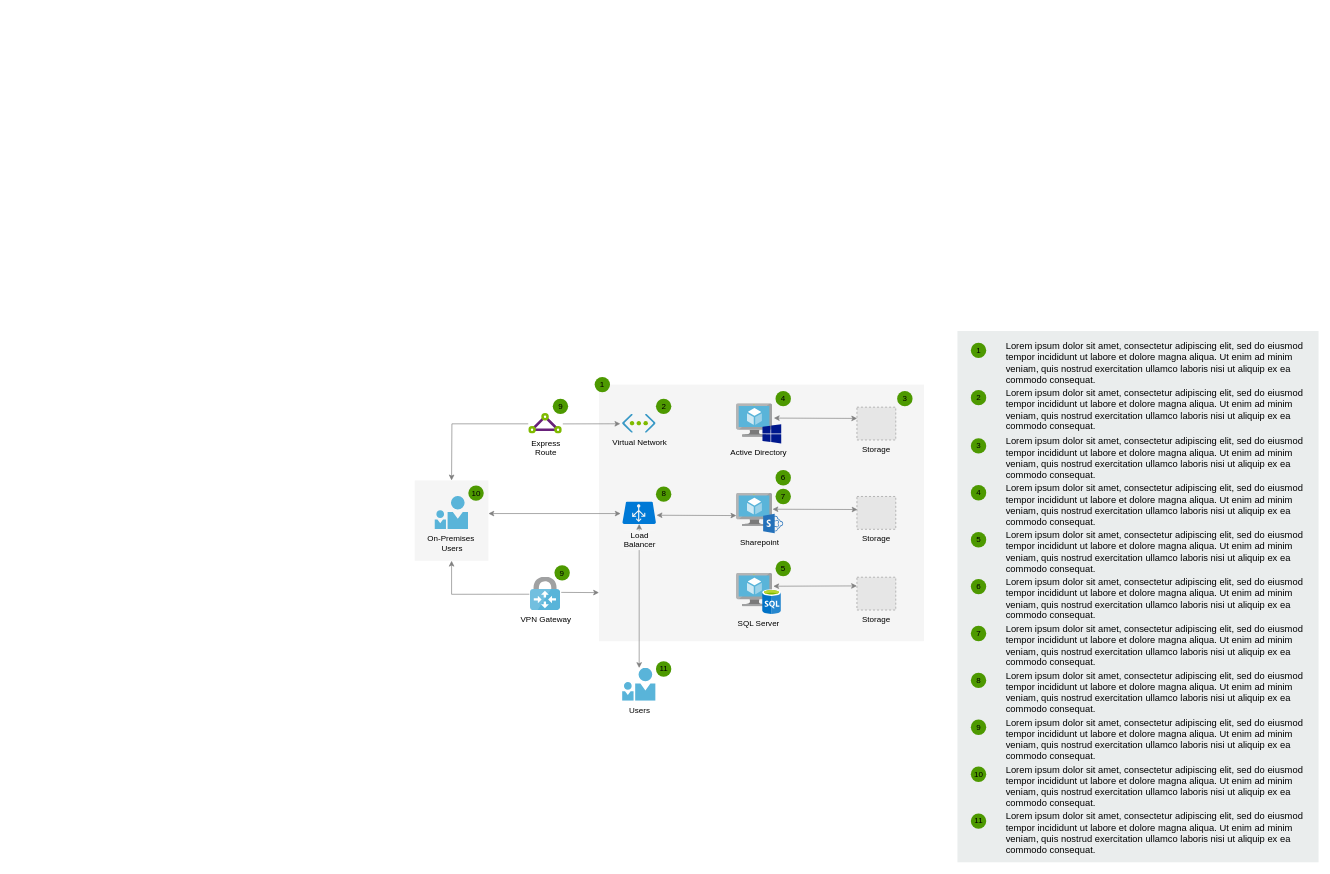
Before: Diagrama sin título.drawio in d34ckgler/curriculo-luisa, a draw.io diagram. Source tidied: cells renumbered, new cells numbered last; positions are measured from the earlier drawing's top-left corner, leaving out a move shared by most shapes. Both pictures are drawn from the tidied source at 67%, with x=0, y=0 at pixel (415, 330). Pictures stored in the file or linked from it are replaced by grey dashed boxes.
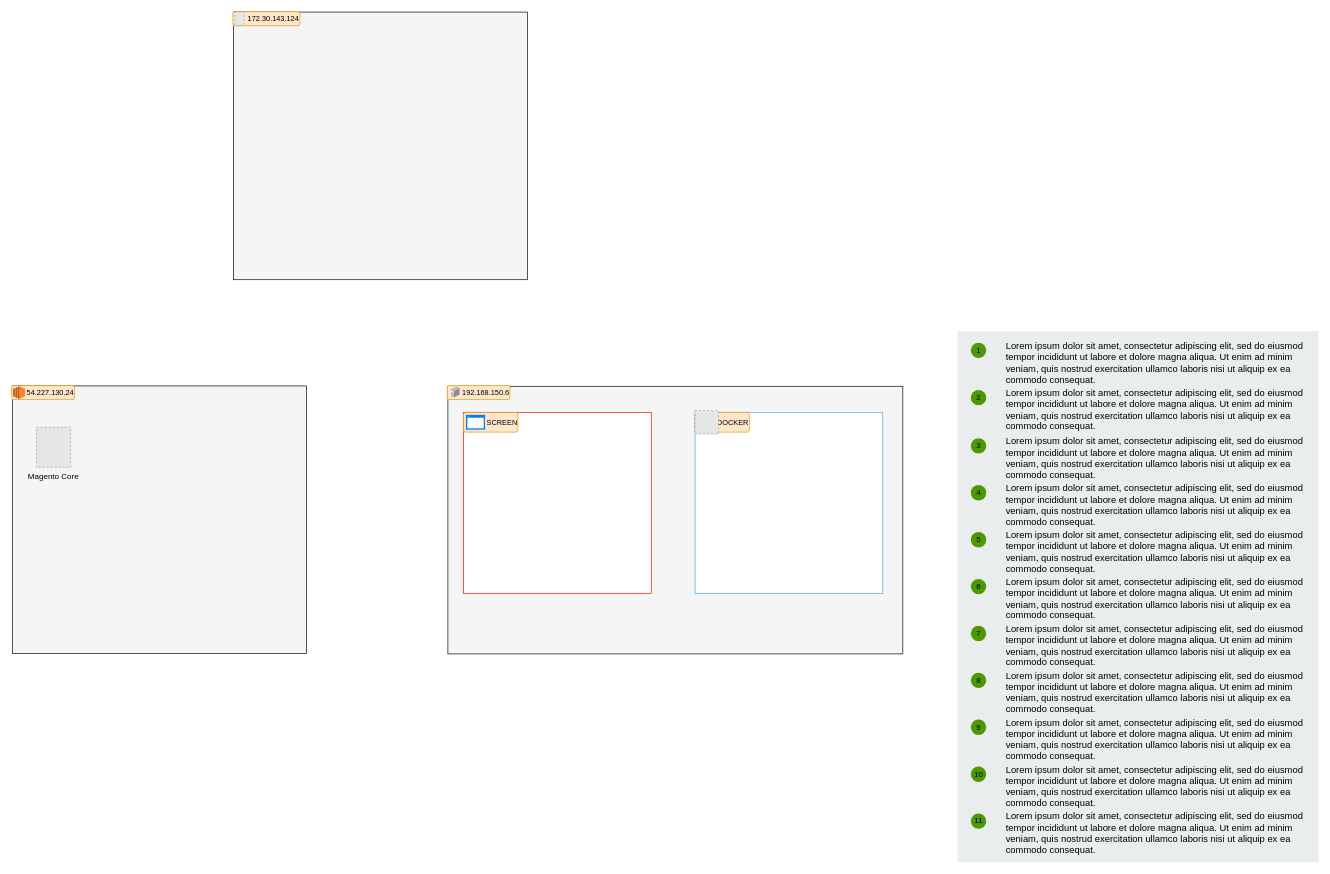
After the change.

Change to the diagram source:
```diff
@@
-    <mxCell id="2" style="rounded=0;whiteSpace=wrap;html=1;fillColor=#f5f5f5;strokeColor=none;fontColor=#333333;" parent="1" vertex="1">
-      <mxGeometry x="274.5" y="80.5" width="485" height="383" as="geometry" />
-    </mxCell>
-    <mxCell id="3" style="edgeStyle=elbowEdgeStyle;rounded=0;jettySize=auto;elbow=vertical;html=1;entryX=-0.054;entryY=0.532;entryDx=0;entryDy=0;entryPerimeter=0;startArrow=classic;startFill=1;strokeColor=#808080;" parent="1" edge="1" source="13" target="17">
-      <mxGeometry relative="1" as="geometry" />
-    </mxCell>
-    <mxCell id="4" style="edgeStyle=orthogonalEdgeStyle;rounded=0;jettySize=auto;html=1;exitX=-0.011;exitY=0.511;exitDx=0;exitDy=0;exitPerimeter=0;strokeColor=#808080;" parent="1" edge="1" source="15">
-      <mxGeometry relative="1" as="geometry">
-        <mxPoint x="54.5" y="223.5" as="targetPoint" />
-      </mxGeometry>
-    </mxCell>
-    <mxCell id="5" style="edgeStyle=elbowEdgeStyle;rounded=0;jettySize=auto;html=1;entryX=-0.063;entryY=0.491;entryDx=0;entryDy=0;entryPerimeter=0;strokeColor=#808080;elbow=vertical;exitX=1.02;exitY=0.514;exitDx=0;exitDy=0;exitPerimeter=0;" parent="1" edge="1" source="15" target="16">
-      <mxGeometry relative="1" as="geometry" />
-    </mxCell>
-    <mxCell id="6" style="edgeStyle=elbowEdgeStyle;rounded=0;orthogonalLoop=1;jettySize=auto;html=1;elbow=vertical;startArrow=classic;startFill=1;strokeColor=#808080;" parent="1" edge="1">
-      <mxGeometry relative="1" as="geometry">
-        <mxPoint x="360.5" y="275.5" as="sourcePoint" />
-        <mxPoint x="479.5" y="275.5" as="targetPoint" />
-      </mxGeometry>
-    </mxCell>
-    <mxCell id="7" style="edgeStyle=elbowEdgeStyle;rounded=0;jettySize=auto;elbow=vertical;html=1;exitX=1.026;exitY=0.463;exitDx=0;exitDy=0;exitPerimeter=0;strokeColor=#808080;" parent="1" edge="1" source="18" target="2">
-      <mxGeometry relative="1" as="geometry" />
-    </mxCell>
-    <mxCell id="8" style="edgeStyle=elbowEdgeStyle;rounded=0;jettySize=auto;elbow=vertical;html=1;exitX=-0.032;exitY=0.518;exitDx=0;exitDy=0;exitPerimeter=0;entryX=0.5;entryY=1;entryDx=0;entryDy=0;strokeColor=#808080;" parent="1" edge="1" source="18" target="13">
-      <mxGeometry relative="1" as="geometry">
-        <Array as="points">
-          <mxPoint x="109.5" y="393.5" />
-        </Array>
-      </mxGeometry>
-    </mxCell>
-    <mxCell id="9" style="edgeStyle=elbowEdgeStyle;rounded=0;orthogonalLoop=1;jettySize=auto;elbow=vertical;html=1;startArrow=classic;startFill=1;strokeColor=#808080;" parent="1" edge="1">
-      <mxGeometry relative="1" as="geometry">
-        <mxPoint x="334.5" y="503.5" as="sourcePoint" />
-        <mxPoint x="334.5" y="288.5" as="targetPoint" />
-      </mxGeometry>
-    </mxCell>
-    <mxCell id="10" style="edgeStyle=elbowEdgeStyle;rounded=0;jettySize=auto;html=1;entryX=0.005;entryY=0.343;entryDx=0;entryDy=0;entryPerimeter=0;elbow=vertical;startArrow=classic;startFill=1;strokeColor=#808080;" parent="1" edge="1" target="20">
-      <mxGeometry relative="1" as="geometry">
-        <mxPoint x="535.5" y="130.5" as="sourcePoint" />
-      </mxGeometry>
-    </mxCell>
-    <mxCell id="11" style="edgeStyle=elbowEdgeStyle;rounded=0;jettySize=auto;html=1;exitX=1;exitY=0.48;exitDx=0;exitDy=0;exitPerimeter=0;entryX=0.015;entryY=0.388;entryDx=0;entryDy=0;entryPerimeter=0;elbow=vertical;startArrow=classic;startFill=1;strokeColor=#808080;" parent="1" edge="1" source="30" target="24">
-      <mxGeometry relative="1" as="geometry" />
-    </mxCell>
-    <mxCell id="12" style="edgeStyle=elbowEdgeStyle;rounded=0;jettySize=auto;html=1;exitX=1.022;exitY=0.393;exitDx=0;exitDy=0;exitPerimeter=0;elbow=vertical;startArrow=classic;startFill=1;strokeColor=#808080;" parent="1" edge="1" source="22" target="25">
-      <mxGeometry relative="1" as="geometry" />
-    </mxCell>
-    <mxCell id="13" style="rounded=0;whiteSpace=wrap;html=1;fillColor=#f5f5f5;strokeColor=none;fontColor=#333333;" parent="1" vertex="1">
-      <mxGeometry x="-0.5" y="223.5" width="110" height="120" as="geometry" />
-    </mxCell>
-    <mxCell id="14" value="On-Premises&amp;nbsp;&lt;br&gt;Users" style="html=1;perimeter=none;align=center;shadow=0;dashed=0;image;fontSize=12;image=img/lib/mscae/PersonWithFriend.svg;labelBackgroundColor=none;" parent="1" vertex="1">
-      <mxGeometry x="29.5" y="247.2" width="50" height="49.5" as="geometry" />
-    </mxCell>
-    <mxCell id="15" value="Express&lt;br&gt;Route" style="html=1;perimeter=none;align=center;shadow=0;dashed=0;image;fontSize=12;image=img/lib/mscae/Express_Route.svg;" parent="1" vertex="1">
-      <mxGeometry x="169.5" y="123.5" width="50" height="30.5" as="geometry" />
-    </mxCell>
-    <mxCell id="16" value="Virtual Network" style="html=1;perimeter=none;align=center;shadow=0;dashed=0;image;fontSize=12;image=img/lib/mscae/Virtual_Network.svg;labelBackgroundColor=none;" parent="1" vertex="1">
-      <mxGeometry x="309.5" y="124.5" width="50" height="28.5" as="geometry" />
-    </mxCell>
-    <mxCell id="17" value="Load&lt;br&gt;Balancer" style="shadow=0;dashed=0;html=1;strokeColor=none;labelPosition=center;verticalLabelPosition=bottom;verticalAlign=top;align=center;shape=mxgraph.mscae.cloud.azure_automatic_load_balancer;fillColor=#0079D6;labelBackgroundColor=#F5F5F5;fontColor=#000000;spacingTop=3;" parent="1" vertex="1">
-      <mxGeometry x="309.5" y="255.5" width="50" height="33" as="geometry" />
-    </mxCell>
-    <mxCell id="18" value="VPN Gateway" style="html=1;perimeter=none;align=center;shadow=0;dashed=0;image;fontSize=12;image=img/lib/mscae/VPN_Gateway.svg;" parent="1" vertex="1">
-      <mxGeometry x="172" y="367.5" width="45" height="50" as="geometry" />
-    </mxCell>
-    <mxCell id="19" value="Users" style="html=1;perimeter=none;align=center;shadow=0;dashed=0;image;fontSize=12;image=img/lib/mscae/PersonWithFriend.svg;" parent="1" vertex="1">
-      <mxGeometry x="309.5" y="503.5" width="50" height="49.5" as="geometry" />
-    </mxCell>
-    <mxCell id="20" value="Storage" style="fillColor=#E6E6E6;strokeColor=#999999;dashed=1;verticalLabelPosition=bottom;labelBackgroundColor=none;verticalAlign=top;" parent="1" vertex="1">
-      <mxGeometry x="659.5" y="114.2" width="58" height="49" as="geometry" />
-    </mxCell>
-    <mxCell id="21" value="SQL Server" style="group;labelPosition=center;verticalLabelPosition=bottom;align=center;verticalAlign=top;" parent="1" vertex="1">
-      <mxGeometry x="479.5" y="361.8" width="67" height="61.5" as="geometry" />
-    </mxCell>
-    <mxCell id="22" style="html=1;perimeter=none;align=center;shadow=0;dashed=0;image;fontSize=12;image=img/lib/mscae/Virtual_Machine.svg;" parent="21" vertex="1">
-      <mxGeometry width="54" height="50" as="geometry" />
-    </mxCell>
-    <mxCell id="23" style="html=1;perimeter=none;align=center;shadow=0;dashed=0;image;fontSize=12;image=img/lib/mscae/SQL_Database_generic.svg;" parent="21" vertex="1">
-      <mxGeometry x="39" y="24.5" width="28" height="37" as="geometry" />
-    </mxCell>
-    <mxCell id="24" value="Storage" style="fillColor=#E6E6E6;strokeColor=#999999;dashed=1;verticalLabelPosition=bottom;labelBackgroundColor=none;verticalAlign=top;" parent="1" vertex="1">
-      <mxGeometry x="659.5" y="247.5" width="58" height="49" as="geometry" />
-    </mxCell>
-    <mxCell id="25" value="Storage" style="fillColor=#E6E6E6;strokeColor=#999999;dashed=1;verticalLabelPosition=bottom;labelBackgroundColor=none;verticalAlign=top;" parent="1" vertex="1">
-      <mxGeometry x="659.5" y="368" width="58" height="49" as="geometry" />
-    </mxCell>
-    <mxCell id="26" value="Active Directory" style="group;labelPosition=center;verticalLabelPosition=bottom;align=center;verticalAlign=top;" parent="1" vertex="1">
-      <mxGeometry x="479.5" y="108.8" width="67" height="59.8" as="geometry" />
-    </mxCell>
-    <mxCell id="27" style="html=1;perimeter=none;align=center;shadow=0;dashed=0;image;fontSize=12;image=img/lib/mscae/Virtual_Machine.svg;" parent="26" vertex="1">
-      <mxGeometry width="54" height="50" as="geometry" />
-    </mxCell>
-    <mxCell id="28" style="shadow=0;dashed=0;strokeColor=none;html=1;labelPosition=center;verticalLabelPosition=bottom;verticalAlign=top;align=center;shape=mxgraph.mscae.other.windows;fillColor=#00188D;" parent="26" vertex="1">
-      <mxGeometry x="39" y="30.8" width="28" height="29" as="geometry" />
-    </mxCell>
-    <mxCell id="29" value="Sharepoint" style="group;labelPosition=center;verticalLabelPosition=bottom;align=center;verticalAlign=top;" parent="1" vertex="1">
-      <mxGeometry x="479.5" y="242.5" width="70" height="59.8" as="geometry" />
-    </mxCell>
-    <mxCell id="30" style="html=1;perimeter=none;align=center;shadow=0;dashed=0;image;fontSize=12;image=img/lib/mscae/Virtual_Machine.svg;" parent="29" vertex="1">
-      <mxGeometry width="54" height="50" as="geometry" />
-    </mxCell>
-    <mxCell id="31" style="shadow=0;dashed=0;strokeColor=none;html=1;labelPosition=center;verticalLabelPosition=bottom;verticalAlign=top;align=center;shape=mxgraph.mscae.other.sharepoint;fillColor=#2471BA;" parent="29" vertex="1">
-      <mxGeometry x="40" y="30.8" width="30" height="29" as="geometry" />
-    </mxCell>
-    <mxCell id="32" value="10" style="ellipse;whiteSpace=wrap;html=1;fillColor=#4D9900;strokeColor=none;labelBackgroundColor=none;" parent="1" vertex="1">
-      <mxGeometry x="79.5" y="231" width="23" height="23" as="geometry" />
-    </mxCell>
-    <mxCell id="33" value="9" style="ellipse;whiteSpace=wrap;html=1;fillColor=#4D9900;strokeColor=none;labelBackgroundColor=none;" parent="1" vertex="1">
-      <mxGeometry x="208" y="350" width="23" height="23" as="geometry" />
-    </mxCell>
-    <mxCell id="34" value="9" style="ellipse;whiteSpace=wrap;html=1;fillColor=#4D9900;strokeColor=none;labelBackgroundColor=none;" parent="1" vertex="1">
-      <mxGeometry x="205.5" y="101.5" width="23" height="23" as="geometry" />
-    </mxCell>
-    <mxCell id="35" value="1" style="ellipse;whiteSpace=wrap;html=1;fillColor=#4D9900;strokeColor=none;labelBackgroundColor=none;" parent="1" vertex="1">
-      <mxGeometry x="268" y="69" width="23" height="23" as="geometry" />
-    </mxCell>
-    <mxCell id="36" value="2" style="ellipse;whiteSpace=wrap;html=1;fillColor=#4D9900;strokeColor=none;labelBackgroundColor=none;" parent="1" vertex="1">
-      <mxGeometry x="359.5" y="101.5" width="23" height="23" as="geometry" />
-    </mxCell>
-    <mxCell id="37" value="4" style="ellipse;whiteSpace=wrap;html=1;fillColor=#4D9900;strokeColor=none;labelBackgroundColor=none;" parent="1" vertex="1">
-      <mxGeometry x="538" y="90" width="23" height="23" as="geometry" />
-    </mxCell>
-    <mxCell id="38" value="3" style="ellipse;whiteSpace=wrap;html=1;fillColor=#4D9900;strokeColor=none;labelBackgroundColor=none;" parent="1" vertex="1">
-      <mxGeometry x="719.5" y="90" width="23" height="23" as="geometry" />
-    </mxCell>
-    <mxCell id="39" value="8" style="ellipse;whiteSpace=wrap;html=1;fillColor=#4D9900;strokeColor=none;labelBackgroundColor=none;" parent="1" vertex="1">
-      <mxGeometry x="359.5" y="232.5" width="23" height="23" as="geometry" />
-    </mxCell>
-    <mxCell id="40" value="7" style="ellipse;whiteSpace=wrap;html=1;fillColor=#4D9900;strokeColor=none;labelBackgroundColor=none;" parent="1" vertex="1">
-      <mxGeometry x="538" y="236" width="23" height="23" as="geometry" />
-    </mxCell>
-    <mxCell id="41" value="6" style="ellipse;whiteSpace=wrap;html=1;fillColor=#4D9900;strokeColor=none;labelBackgroundColor=none;" parent="1" vertex="1">
-      <mxGeometry x="538" y="208" width="23" height="23" as="geometry" />
-    </mxCell>
-    <mxCell id="42" value="5" style="ellipse;whiteSpace=wrap;html=1;fillColor=#4D9900;strokeColor=none;labelBackgroundColor=none;" parent="1" vertex="1">
-      <mxGeometry x="538" y="343.5" width="23" height="23" as="geometry" />
-    </mxCell>
-    <mxCell id="43" value="11" style="ellipse;whiteSpace=wrap;html=1;fillColor=#4D9900;strokeColor=none;labelBackgroundColor=none;" parent="1" vertex="1">
-      <mxGeometry x="359.5" y="493.5" width="23" height="23" as="geometry" />
-    </mxCell>
@@
+    <mxCell id="67" style="group;" parent="1" vertex="1">
+      <mxGeometry x="48" y="82" width="680" height="400.5" as="geometry" />
+    </mxCell>
+    <mxCell id="68" style="rounded=0;whiteSpace=wrap;html=1;fillColor=#f5f5f5;strokeColor=default;fontColor=#333333;" parent="67" vertex="1">
+      <mxGeometry x="1" y="1" width="679" height="399.5" as="geometry" />
+    </mxCell>
+    <mxCell id="69" value="192.168.150.6" style="rounded=1;arcSize=10;fillColor=#ffe6cc;strokeColor=#d79b00;html=1;fontSize=11;align=right;fontStyle=0;fontSize=11;sketch=0;" parent="67" vertex="1">
+      <mxGeometry width="93.5" height="20.9" as="geometry" />
+    </mxCell>
+    <mxCell id="70" style="image;html=1;align=center;shadow=0;dashed=0;image=img/lib/allied_telesis/computer_and_terminals/Server_Desktop.svg;" parent="67" vertex="1">
+      <mxGeometry x="6" y="1.8" width="13" height="16.5" as="geometry" />
+    </mxCell>
+    <mxCell id="71" style="group;" parent="67" vertex="1">
+      <mxGeometry x="24.5" y="40" width="280" height="270" as="geometry" />
+    </mxCell>
+    <mxCell id="72" style="rounded=0;whiteSpace=wrap;html=1;strokeColor=#FF0000;" parent="71" vertex="1">
+      <mxGeometry width="280" height="270" as="geometry" />
+    </mxCell>
+    <mxCell id="73" value="SCREEN" style="rounded=1;arcSize=10;fillColor=#ffe6cc;strokeColor=#d79b00;html=1;fontSize=11;align=right;fontStyle=0;fontSize=11;sketch=0;" parent="71" vertex="1">
+      <mxGeometry width="81" height="29.5" as="geometry" />
+    </mxCell>
+    <mxCell id="74" style="html=1;verticalLabelPosition=bottom;align=center;labelBackgroundColor=#ffffff;verticalAlign=top;strokeWidth=2;strokeColor=#0080F0;shadow=0;dashed=0;shape=mxgraph.ios7.icons.window;" parent="71" vertex="1">
+      <mxGeometry x="4.5" y="4.6" width="26.5" height="20.2" as="geometry" />
+    </mxCell>
+    <mxCell id="75" style="group;fillColor=#dae8fc;strokeColor=#66B2FF;" parent="67" vertex="1">
+      <mxGeometry x="370" y="40" width="280" height="270" as="geometry" />
+    </mxCell>
+    <mxCell id="76" style="rounded=0;whiteSpace=wrap;html=1;strokeColor=#66B2FF;" parent="75" vertex="1">
+      <mxGeometry width="280" height="270" as="geometry" />
+    </mxCell>
+    <mxCell id="77" value="DOCKER" style="rounded=1;arcSize=10;fillColor=#ffe6cc;strokeColor=#d79b00;html=1;fontSize=11;align=right;fontStyle=0;fontSize=11;sketch=0;" parent="75" vertex="1">
+      <mxGeometry width="81" height="29.5" as="geometry" />
+    </mxCell>
+    <mxCell id="78" style="fillColor=#E6E6E6;strokeColor=#999999;dashed=1;html=1;verticalAlign=top;verticalLabelPosition=bottom;labelBackgroundColor=#ffffff;" parent="75" vertex="1">
+      <mxGeometry y="-2.7" width="34.9" height="34.9" as="geometry" />
+    </mxCell>
+    <mxCell id="79" style="group;" parent="1" vertex="1">
+      <mxGeometry x="-602" y="82" width="680" height="400" as="geometry" />
+    </mxCell>
+    <mxCell id="80" style="rounded=0;whiteSpace=wrap;html=1;fillColor=#f5f5f5;strokeColor=default;fontColor=#333333;" parent="79" vertex="1">
+      <mxGeometry x="1" y="0.5" width="439" height="399.5" as="geometry" />
+    </mxCell>
+    <mxCell id="81" style="group;" parent="79" vertex="1">
+      <mxGeometry width="93.5" height="20.9" as="geometry" />
+    </mxCell>
+    <mxCell id="82" value="54.227.130.24" style="rounded=1;arcSize=10;fillColor=#ffe6cc;strokeColor=#d79b00;html=1;fontSize=11;align=right;fontStyle=0;fontSize=11;sketch=0;" parent="81" vertex="1">
+      <mxGeometry width="93.5" height="20.9" as="geometry" />
+    </mxCell>
+    <mxCell id="83" style="dashed=0;verticalLabelPosition=bottom;verticalAlign=top;align=center;html=1;shape=mxgraph.aws3.ec2;fillColor=#F58534;gradientColor=none;" parent="81" vertex="1">
+      <mxGeometry x="2" y="0.9" width="18" height="19.1" as="geometry" />
+    </mxCell>
+    <mxCell id="84" value="Magento Core" style="fillColor=#E6E6E6;strokeColor=#999999;dashed=1;verticalLabelPosition=bottom;verticalAlign=top;" parent="79" vertex="1">
+      <mxGeometry x="37" y="62" width="51" height="60" as="geometry" />
+    </mxCell>
+    <mxCell id="85" style="group;" parent="1" vertex="1">
+      <mxGeometry x="-272" y="-476" width="680" height="400" as="geometry" />
+    </mxCell>
+    <mxCell id="86" style="rounded=0;whiteSpace=wrap;html=1;fillColor=#f5f5f5;strokeColor=default;fontColor=#333333;" parent="85" vertex="1">
+      <mxGeometry x="1" y="0.5" width="439" height="399.5" as="geometry" />
+    </mxCell>
+    <mxCell id="87" style="group;" parent="85" vertex="1">
+      <mxGeometry width="110" height="20.9" as="geometry" />
+    </mxCell>
+    <mxCell id="88" value="172.30.143.124" style="rounded=1;arcSize=10;fillColor=#ffe6cc;strokeColor=#d79b00;html=1;fontSize=11;align=right;fontStyle=0;fontSize=11;sketch=0;" parent="87" vertex="1">
+      <mxGeometry width="100" height="20.9" as="geometry" />
+    </mxCell>
+    <mxCell id="89" style="fillColor=#E6E6E6;strokeColor=#999999;dashed=1;verticalLabelPosition=bottom;labelBackgroundColor=#ffffff;verticalAlign=top;" parent="87" vertex="1">
+      <mxGeometry x="3.1" y="0.4" width="13.7" height="20" as="geometry" />
+    </mxCell>
```
